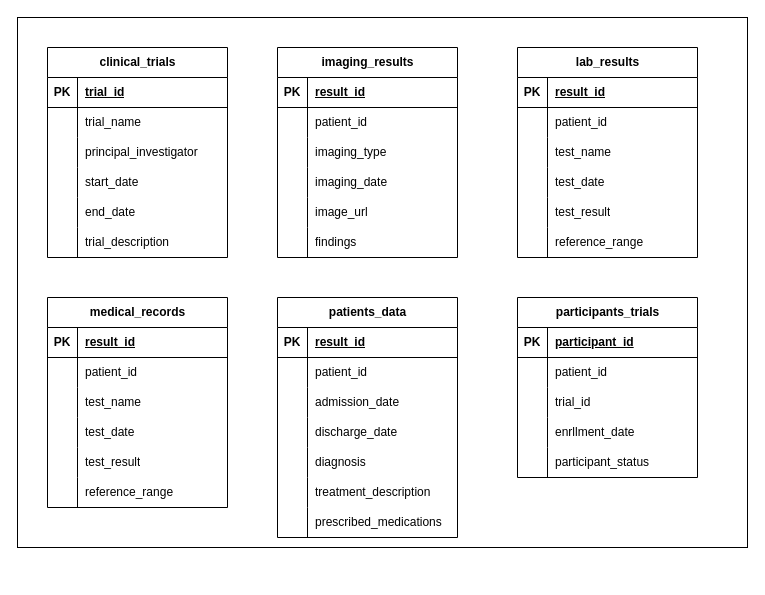
Before: page "Original_Schema" (1 of 3) of Lillian_Hospital.drawio in adesam1998/Lillian-Hospital, a draw.io diagram. Source tidied: cells renumbered, new cells numbered last; positions are measured from the earlier drawing's top-left corner, leaving out a move shared by most shapes. Both pictures are drawn from the tidied source at 100%, with x=0, y=0 at pixel (17, 17).
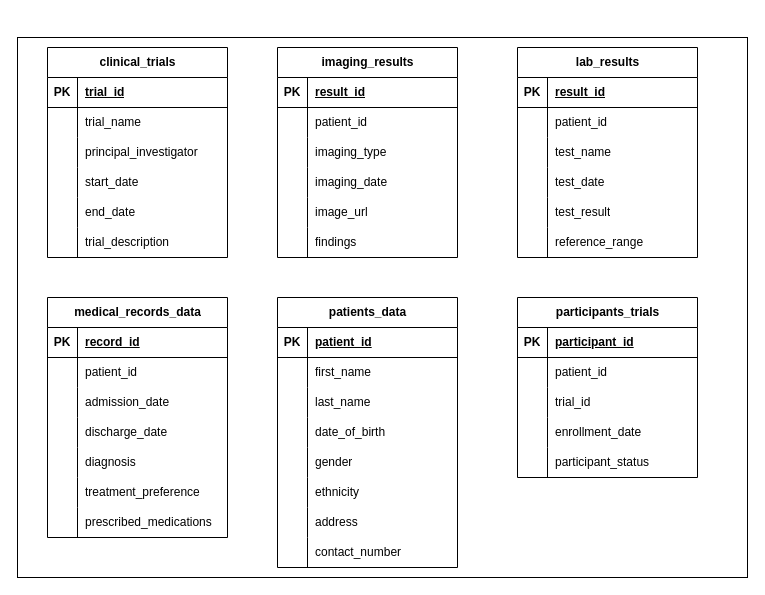
The same page after the edit.

The change refers to these unchanged cells:
```xml
<mxCell id="61" style="shape=tableRow;horizontal=0;startSize=0;swimlaneHead=0;swimlaneBody=0;fillColor=none;top=0;left=0;right=0;bottom=1;" parent="60" vertex="1">
  <mxGeometry y="30" width="180" height="30" as="geometry" />
</mxCell>
<mxCell id="67" style="shape=tableRow;horizontal=0;startSize=0;swimlaneHead=0;swimlaneBody=0;fillColor=none;top=0;left=0;right=0;bottom=0;" parent="60" vertex="1">
  <mxGeometry y="90" width="180" height="30" as="geometry" />
</mxCell>
<mxCell id="70" style="shape=tableRow;horizontal=0;startSize=0;swimlaneHead=0;swimlaneBody=0;fillColor=none;top=0;left=0;right=0;bottom=0;" parent="60" vertex="1">
  <mxGeometry y="120" width="180" height="30" as="geometry" />
</mxCell>
<mxCell id="73" style="shape=tableRow;horizontal=0;startSize=0;swimlaneHead=0;swimlaneBody=0;fillColor=none;top=0;left=0;right=0;bottom=0;" parent="60" vertex="1">
  <mxGeometry y="150" width="180" height="30" as="geometry" />
</mxCell>
<mxCell id="76" style="shape=tableRow;horizontal=0;startSize=0;swimlaneHead=0;swimlaneBody=0;fillColor=none;top=0;left=0;right=0;bottom=0;" parent="60" vertex="1">
  <mxGeometry y="180" width="180" height="30" as="geometry" />
</mxCell>
<mxCell id="80" style="shape=tableRow;horizontal=0;startSize=0;swimlaneHead=0;swimlaneBody=0;fillColor=none;top=0;left=0;right=0;bottom=1;" parent="79" vertex="1">
  <mxGeometry y="30" width="180" height="30" as="geometry" />
</mxCell>
<mxCell id="83" style="shape=tableRow;horizontal=0;startSize=0;swimlaneHead=0;swimlaneBody=0;fillColor=none;top=0;left=0;right=0;bottom=0;" parent="79" vertex="1">
  <mxGeometry y="60" width="180" height="30" as="geometry" />
</mxCell>
<mxCell id="86" style="shape=tableRow;horizontal=0;startSize=0;swimlaneHead=0;swimlaneBody=0;fillColor=none;top=0;left=0;right=0;bottom=0;" parent="79" vertex="1">
  <mxGeometry y="90" width="180" height="30" as="geometry" />
</mxCell>
<mxCell id="89" style="shape=tableRow;horizontal=0;startSize=0;swimlaneHead=0;swimlaneBody=0;fillColor=none;top=0;left=0;right=0;bottom=0;" parent="79" vertex="1">
  <mxGeometry y="120" width="180" height="30" as="geometry" />
</mxCell>
<mxCell id="92" style="shape=tableRow;horizontal=0;startSize=0;swimlaneHead=0;swimlaneBody=0;fillColor=none;top=0;left=0;right=0;bottom=0;" parent="79" vertex="1">
  <mxGeometry y="150" width="180" height="30" as="geometry" />
</mxCell>
<mxCell id="95" style="shape=tableRow;horizontal=0;startSize=0;swimlaneHead=0;swimlaneBody=0;fillColor=none;top=0;left=0;right=0;bottom=0;" parent="79" vertex="1">
  <mxGeometry y="180" width="180" height="30" as="geometry" />
</mxCell>
<mxCell id="98" style="shape=tableRow;horizontal=0;startSize=0;swimlaneHead=0;swimlaneBody=0;fillColor=none;top=0;left=0;right=0;bottom=0;" parent="79" vertex="1">
  <mxGeometry y="210" width="180" height="30" as="geometry" />
</mxCell>
<mxCell id="111" style="shape=tableRow;horizontal=0;startSize=0;swimlaneHead=0;swimlaneBody=0;fillColor=none;top=0;left=0;right=0;bottom=0;" parent="101" vertex="1">
  <mxGeometry y="120" width="180" height="30" as="geometry" />
</mxCell>
```

Diff of the diagram source:
```diff
@@
     <mxCell id="2" style="rounded=0;whiteSpace=wrap;html=1;" parent="1" vertex="1">
-      <mxGeometry width="730" height="530" as="geometry" />
+      <mxGeometry y="20" width="730" height="540" as="geometry" />
     </mxCell>
@@
-    <mxCell id="60" value="medical_records" style="shape=table;startSize=30;childLayout=tableLayout;rowLines=0;fontStyle=1;align=center;html=1;" parent="1" vertex="1">
-      <mxGeometry x="30" y="280" width="180" height="210" as="geometry" />
+    <mxCell id="60" value="medical_records_data" style="shape=table;startSize=30;childLayout=tableLayout;rowLines=0;fontStyle=1;align=center;html=1;" parent="1" vertex="1">
+      <mxGeometry x="30" y="280" width="180" height="240" as="geometry" />
     </mxCell>
@@
-    <mxCell id="63" value="result_id" style="shape=partialRectangle;fillColor=none;top=0;left=0;bottom=0;right=0;align=left;spacingLeft=6;fontStyle=5;overflow=hidden;whiteSpace=wrap;html=1;" parent="61" vertex="1">
+    <mxCell id="63" value="record_id" style="shape=partialRectangle;fillColor=none;top=0;left=0;bottom=0;right=0;align=left;spacingLeft=6;fontStyle=5;overflow=hidden;whiteSpace=wrap;html=1;" parent="61" vertex="1">
       <mxGeometry x="30" width="150" height="30" as="geometry" />
     </mxCell>
@@
-    <mxCell id="69" value="test_name" style="shape=partialRectangle;fillColor=none;top=0;left=0;bottom=0;right=0;align=left;spacingLeft=6;overflow=hidden;whiteSpace=wrap;html=1;" parent="67" vertex="1">
+    <mxCell id="69" value="admission_date" style="shape=partialRectangle;fillColor=none;top=0;left=0;bottom=0;right=0;align=left;spacingLeft=6;overflow=hidden;whiteSpace=wrap;html=1;" parent="67" vertex="1">
       <mxGeometry x="30" width="150" height="30" as="geometry" />
     </mxCell>
@@
-    <mxCell id="72" value="test_date" style="shape=partialRectangle;fillColor=none;top=0;left=0;bottom=0;right=0;align=left;spacingLeft=6;overflow=hidden;whiteSpace=wrap;html=1;" parent="70" vertex="1">
+    <mxCell id="72" value="discharge_date" style="shape=partialRectangle;fillColor=none;top=0;left=0;bottom=0;right=0;align=left;spacingLeft=6;overflow=hidden;whiteSpace=wrap;html=1;" parent="70" vertex="1">
       <mxGeometry x="30" width="150" height="30" as="geometry" />
     </mxCell>
@@
-    <mxCell id="75" value="test_result" style="shape=partialRectangle;fillColor=none;top=0;left=0;bottom=0;right=0;align=left;spacingLeft=6;overflow=hidden;whiteSpace=wrap;html=1;" parent="73" vertex="1">
+    <mxCell id="75" value="diagnosis" style="shape=partialRectangle;fillColor=none;top=0;left=0;bottom=0;right=0;align=left;spacingLeft=6;overflow=hidden;whiteSpace=wrap;html=1;" parent="73" vertex="1">
       <mxGeometry x="30" width="150" height="30" as="geometry" />
     </mxCell>
@@
-    <mxCell id="78" value="reference_range" style="shape=partialRectangle;fillColor=none;top=0;left=0;bottom=0;right=0;align=left;spacingLeft=6;overflow=hidden;whiteSpace=wrap;html=1;" parent="76" vertex="1">
+    <mxCell id="78" value="treatment_preference" style="shape=partialRectangle;fillColor=none;top=0;left=0;bottom=0;right=0;align=left;spacingLeft=6;overflow=hidden;whiteSpace=wrap;html=1;" parent="76" vertex="1">
       <mxGeometry x="30" width="150" height="30" as="geometry" />
     </mxCell>
+    <mxCell id="117" style="shape=tableRow;horizontal=0;startSize=0;swimlaneHead=0;swimlaneBody=0;fillColor=none;top=0;left=0;right=0;bottom=0;" parent="60" vertex="1">
+      <mxGeometry y="210" width="180" height="30" as="geometry" />
+    </mxCell>
+    <mxCell id="118" style="shape=partialRectangle;fillColor=none;top=0;left=0;bottom=0;right=0;overflow=hidden;whiteSpace=wrap;html=1;" parent="117" vertex="1">
+      <mxGeometry width="30" height="30" as="geometry" />
+    </mxCell>
+    <mxCell id="119" value="prescribed_medications" style="shape=partialRectangle;fillColor=none;top=0;left=0;bottom=0;right=0;align=left;spacingLeft=6;overflow=hidden;whiteSpace=wrap;html=1;" parent="117" vertex="1">
+      <mxGeometry x="30" width="150" height="30" as="geometry" />
+    </mxCell>
     <mxCell id="79" value="patients_data" style="shape=table;startSize=30;childLayout=tableLayout;rowLines=0;fontStyle=1;align=center;html=1;" parent="1" vertex="1">
-      <mxGeometry x="260" y="280" width="180" height="240" as="geometry" />
+      <mxGeometry x="260" y="280" width="180" height="270" as="geometry" />
     </mxCell>
@@
-    <mxCell id="82" value="result_id" style="shape=partialRectangle;fillColor=none;top=0;left=0;bottom=0;right=0;align=left;spacingLeft=6;fontStyle=5;overflow=hidden;whiteSpace=wrap;html=1;" parent="80" vertex="1">
+    <mxCell id="82" value="patient_id" style="shape=partialRectangle;fillColor=none;top=0;left=0;bottom=0;right=0;align=left;spacingLeft=6;fontStyle=5;overflow=hidden;whiteSpace=wrap;html=1;" parent="80" vertex="1">
       <mxGeometry x="30" width="150" height="30" as="geometry" />
     </mxCell>
@@
-    <mxCell id="85" value="patient_id" style="shape=partialRectangle;fillColor=none;top=0;left=0;bottom=0;right=0;align=left;spacingLeft=6;overflow=hidden;whiteSpace=wrap;html=1;" parent="83" vertex="1">
+    <mxCell id="85" value="first_name" style="shape=partialRectangle;fillColor=none;top=0;left=0;bottom=0;right=0;align=left;spacingLeft=6;overflow=hidden;whiteSpace=wrap;html=1;" parent="83" vertex="1">
       <mxGeometry x="30" width="150" height="30" as="geometry" />
     </mxCell>
@@
-    <mxCell id="88" value="admission_date" style="shape=partialRectangle;fillColor=none;top=0;left=0;bottom=0;right=0;align=left;spacingLeft=6;overflow=hidden;whiteSpace=wrap;html=1;" parent="86" vertex="1">
+    <mxCell id="88" value="last_name" style="shape=partialRectangle;fillColor=none;top=0;left=0;bottom=0;right=0;align=left;spacingLeft=6;overflow=hidden;whiteSpace=wrap;html=1;" parent="86" vertex="1">
       <mxGeometry x="30" width="150" height="30" as="geometry" />
     </mxCell>
@@
-    <mxCell id="91" value="discharge_date" style="shape=partialRectangle;fillColor=none;top=0;left=0;bottom=0;right=0;align=left;spacingLeft=6;overflow=hidden;whiteSpace=wrap;html=1;" parent="89" vertex="1">
+    <mxCell id="91" value="date_of_birth" style="shape=partialRectangle;fillColor=none;top=0;left=0;bottom=0;right=0;align=left;spacingLeft=6;overflow=hidden;whiteSpace=wrap;html=1;" parent="89" vertex="1">
       <mxGeometry x="30" width="150" height="30" as="geometry" />
     </mxCell>
@@
-    <mxCell id="94" value="diagnosis" style="shape=partialRectangle;fillColor=none;top=0;left=0;bottom=0;right=0;align=left;spacingLeft=6;overflow=hidden;whiteSpace=wrap;html=1;" parent="92" vertex="1">
+    <mxCell id="94" value="gender" style="shape=partialRectangle;fillColor=none;top=0;left=0;bottom=0;right=0;align=left;spacingLeft=6;overflow=hidden;whiteSpace=wrap;html=1;" parent="92" vertex="1">
       <mxGeometry x="30" width="150" height="30" as="geometry" />
     </mxCell>
@@
-    <mxCell id="97" value="treatment_description" style="shape=partialRectangle;fillColor=none;top=0;left=0;bottom=0;right=0;align=left;spacingLeft=6;overflow=hidden;whiteSpace=wrap;html=1;" parent="95" vertex="1">
+    <mxCell id="97" value="ethnicity" style="shape=partialRectangle;fillColor=none;top=0;left=0;bottom=0;right=0;align=left;spacingLeft=6;overflow=hidden;whiteSpace=wrap;html=1;" parent="95" vertex="1">
       <mxGeometry x="30" width="150" height="30" as="geometry" />
     </mxCell>
@@
-    <mxCell id="100" value="prescribed_medications" style="shape=partialRectangle;fillColor=none;top=0;left=0;bottom=0;right=0;align=left;spacingLeft=6;overflow=hidden;whiteSpace=wrap;html=1;" parent="98" vertex="1">
+    <mxCell id="100" value="address" style="shape=partialRectangle;fillColor=none;top=0;left=0;bottom=0;right=0;align=left;spacingLeft=6;overflow=hidden;whiteSpace=wrap;html=1;" parent="98" vertex="1">
       <mxGeometry x="30" width="150" height="30" as="geometry" />
     </mxCell>
+    <mxCell id="120" style="shape=tableRow;horizontal=0;startSize=0;swimlaneHead=0;swimlaneBody=0;fillColor=none;top=0;left=0;right=0;bottom=0;" parent="79" vertex="1">
+      <mxGeometry y="240" width="180" height="30" as="geometry" />
+    </mxCell>
+    <mxCell id="121" style="shape=partialRectangle;fillColor=none;top=0;left=0;bottom=0;right=0;overflow=hidden;whiteSpace=wrap;html=1;" parent="120" vertex="1">
+      <mxGeometry width="30" height="30" as="geometry" />
+    </mxCell>
+    <mxCell id="122" value="contact_number" style="shape=partialRectangle;fillColor=none;top=0;left=0;bottom=0;right=0;align=left;spacingLeft=6;overflow=hidden;whiteSpace=wrap;html=1;" parent="120" vertex="1">
+      <mxGeometry x="30" width="150" height="30" as="geometry" />
+    </mxCell>
@@
-    <mxCell id="113" value="enrllment_date" style="shape=partialRectangle;fillColor=none;top=0;left=0;bottom=0;right=0;align=left;spacingLeft=6;overflow=hidden;whiteSpace=wrap;html=1;" parent="111" vertex="1">
+    <mxCell id="113" value="enrollment_date" style="shape=partialRectangle;fillColor=none;top=0;left=0;bottom=0;right=0;align=left;spacingLeft=6;overflow=hidden;whiteSpace=wrap;html=1;" parent="111" vertex="1">
       <mxGeometry x="30" width="150" height="30" as="geometry" />
     </mxCell>
```
